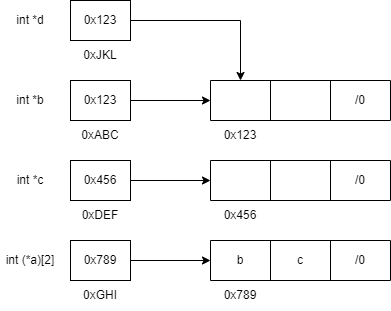
This is pointer-experiments/2DArrayMemory.drawio (1).png from Lycanfloof/c-basic-programs, a draw.io export, as it was before one commit. Source tidied: cells renumbered, new cells last; positions are measured from the earlier drawing's top-left corner, leaving out a move shared by most shapes.
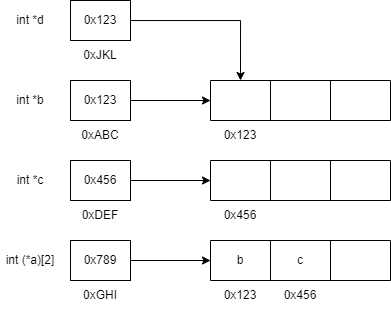
The same diagram one commit later.

Diff of the diagram source:
```diff
@@ -14,7 +14,7 @@
     <mxCell id="5" value="c" style="shape=partialRectangle;html=1;whiteSpace=wrap;fillColor=none;top=0;left=0;bottom=0;right=0;overflow=hidden;" parent="3" vertex="1">
       <mxGeometry x="60" width="60" height="40" as="geometry" />
     </mxCell>
-    <mxCell id="6" value="/0" style="shape=partialRectangle;html=1;whiteSpace=wrap;fillColor=none;top=0;left=0;bottom=0;right=0;overflow=hidden;" parent="3" vertex="1">
+    <mxCell id="6" style="shape=partialRectangle;html=1;whiteSpace=wrap;fillColor=none;top=0;left=0;bottom=0;right=0;overflow=hidden;" parent="3" vertex="1">
       <mxGeometry x="120" width="60" height="40" as="geometry" />
     </mxCell>
     <mxCell id="7" style="shape=table;html=1;whiteSpace=wrap;startSize=0;" parent="1" vertex="1">
@@ -29,7 +29,7 @@
     <mxCell id="10" style="shape=partialRectangle;html=1;whiteSpace=wrap;fillColor=none;top=0;left=0;bottom=0;right=0;overflow=hidden;" parent="8" vertex="1">
       <mxGeometry x="60" width="60" height="40" as="geometry" />
     </mxCell>
-    <mxCell id="11" value="/0" style="shape=partialRectangle;html=1;whiteSpace=wrap;fillColor=none;top=0;left=0;bottom=0;right=0;overflow=hidden;" parent="8" vertex="1">
+    <mxCell id="11" style="shape=partialRectangle;html=1;whiteSpace=wrap;fillColor=none;top=0;left=0;bottom=0;right=0;overflow=hidden;" parent="8" vertex="1">
       <mxGeometry x="120" width="60" height="40" as="geometry" />
     </mxCell>
     <mxCell id="12" style="shape=table;html=1;whiteSpace=wrap;startSize=0;" parent="1" vertex="1">
@@ -44,7 +44,7 @@
     <mxCell id="15" style="shape=partialRectangle;html=1;whiteSpace=wrap;fillColor=none;top=0;left=0;bottom=0;right=0;overflow=hidden;" parent="13" vertex="1">
       <mxGeometry x="60" width="60" height="40" as="geometry" />
     </mxCell>
-    <mxCell id="16" value="/0" style="shape=partialRectangle;html=1;whiteSpace=wrap;fillColor=none;top=0;left=0;bottom=0;right=0;overflow=hidden;" parent="13" vertex="1">
+    <mxCell id="16" style="shape=partialRectangle;html=1;whiteSpace=wrap;fillColor=none;top=0;left=0;bottom=0;right=0;overflow=hidden;" parent="13" vertex="1">
       <mxGeometry x="120" width="60" height="40" as="geometry" />
     </mxCell>
     <mxCell id="17" style="edgeStyle=orthogonalEdgeStyle;rounded=0;jettySize=auto;html=1;entryX=0;entryY=0.5;entryDx=0;entryDy=0;" parent="1" edge="1" source="18" target="13">
@@ -71,7 +71,7 @@
     <mxCell id="24" value="0x456" style="text;html=1;strokeColor=none;fillColor=none;align=center;verticalAlign=middle;whiteSpace=wrap;rounded=0;" parent="1" vertex="1">
       <mxGeometry x="210" y="200" width="60" height="30" as="geometry" />
     </mxCell>
-    <mxCell id="25" value="0x789" style="text;html=1;strokeColor=none;fillColor=none;align=center;verticalAlign=middle;whiteSpace=wrap;rounded=0;" parent="1" vertex="1">
+    <mxCell id="25" value="0x123" style="text;html=1;strokeColor=none;fillColor=none;align=center;verticalAlign=middle;whiteSpace=wrap;rounded=0;" parent="1" vertex="1">
       <mxGeometry x="210" y="280" width="60" height="30" as="geometry" />
     </mxCell>
     <mxCell id="26" value="0xABC" style="text;html=1;strokeColor=none;fillColor=none;align=center;verticalAlign=middle;whiteSpace=wrap;rounded=0;" parent="1" vertex="1">
@@ -106,5 +106,8 @@
     <mxCell id="35" value="int (*a)[2]" style="text;html=1;strokeColor=none;fillColor=none;align=center;verticalAlign=middle;whiteSpace=wrap;rounded=0;" parent="1" vertex="1">
       <mxGeometry y="245" width="60" height="30" as="geometry" />
     </mxCell>
+    <mxCell id="36" value="0x456" style="text;html=1;strokeColor=none;fillColor=none;align=center;verticalAlign=middle;whiteSpace=wrap;rounded=0;" parent="1" vertex="1">
+      <mxGeometry x="270" y="280" width="60" height="30" as="geometry" />
+    </mxCell>
   </root>
 </mxGraphModel>
```
